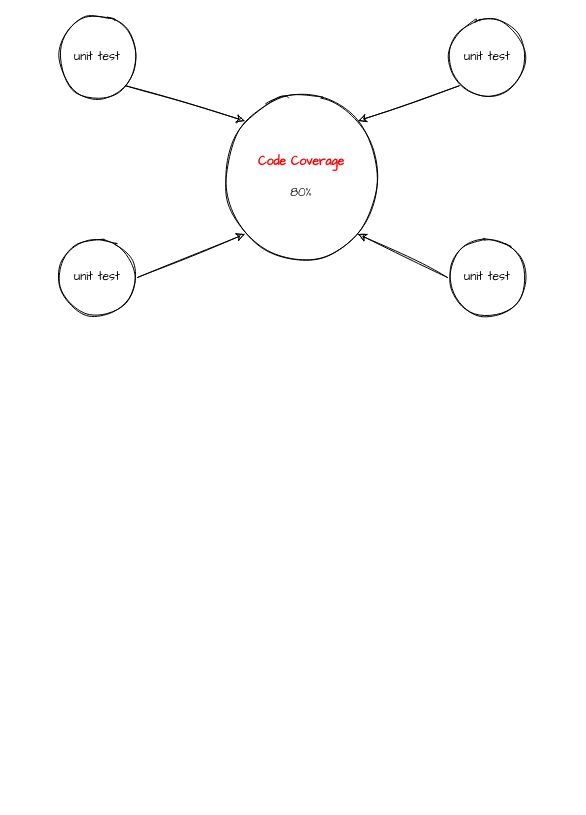
Above: Javascript Diagram2.drawio in chankamlam/demo (draw.io), before the change. Source tidied: cells renumbered, new cells numbered last; positions are measured from the earlier drawing's top-left corner, leaving out a move shared by most shapes. Both pictures are drawn from the tidied source at 100%, with x=0, y=0 at pixel (57, 17).
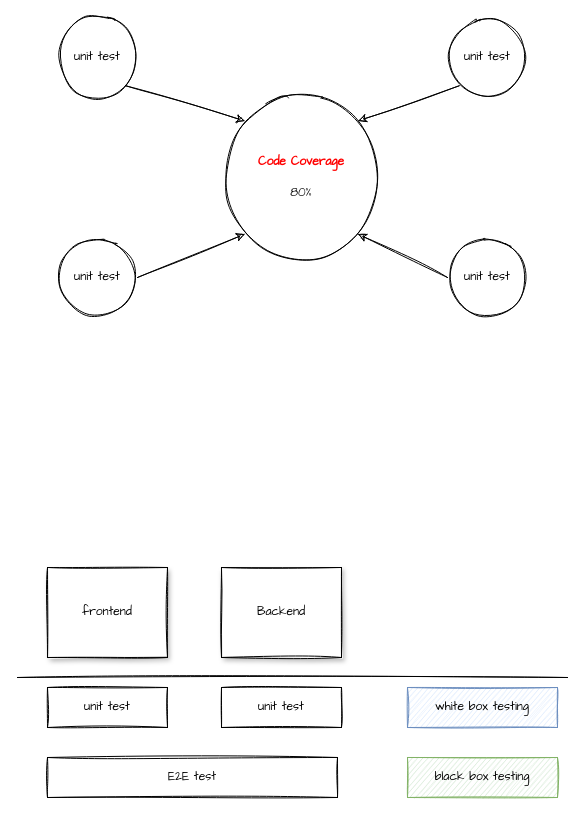
After the change.

What changed in the source:
```diff
@@
 <mxGraphModel>
   <root>
     <mxCell id="0" />
     <mxCell id="1" parent="0" />
     <mxCell id="2" value="&lt;font face=&quot;Comic Sans MS&quot;&gt;&lt;b&gt;&lt;font color=&quot;#ff0000&quot;&gt;Code Coverage&lt;/font&gt;&lt;/b&gt;&lt;br&gt;&lt;br&gt;80%&lt;/font&gt;" style="ellipse;whiteSpace=wrap;html=1;sketch=1;" parent="1" vertex="1">
       <mxGeometry x="164" y="80" width="160" height="160" as="geometry" />
     </mxCell>
     <mxCell id="3" value="unit test" style="ellipse;whiteSpace=wrap;html=1;fontFamily=Comic Sans MS;sketch=1;" parent="1" vertex="1">
       <mxGeometry width="80" height="80" as="geometry" />
     </mxCell>
     <mxCell id="4" value="unit test" style="ellipse;whiteSpace=wrap;html=1;fontFamily=Comic Sans MS;sketch=1;" parent="1" vertex="1">
       <mxGeometry y="220" width="80" height="80" as="geometry" />
     </mxCell>
     <mxCell id="5" value="unit test" style="ellipse;whiteSpace=wrap;html=1;fontFamily=Comic Sans MS;sketch=1;" parent="1" vertex="1">
       <mxGeometry x="390" width="80" height="80" as="geometry" />
     </mxCell>
     <mxCell id="6" value="unit test" style="ellipse;whiteSpace=wrap;html=1;fontFamily=Comic Sans MS;sketch=1;" parent="1" vertex="1">
       <mxGeometry x="390" y="220" width="80" height="80" as="geometry" />
     </mxCell>
     <mxCell id="7" style="endArrow=classic;html=1;rounded=0;fontFamily=Comic Sans MS;exitX=1;exitY=1;exitDx=0;exitDy=0;entryX=0;entryY=0;entryDx=0;entryDy=0;sketch=1;" parent="1" edge="1" source="3" target="2">
       <mxGeometry relative="1" as="geometry" />
     </mxCell>
     <mxCell id="8" style="endArrow=classic;html=1;rounded=0;fontFamily=Comic Sans MS;exitX=1;exitY=0.5;exitDx=0;exitDy=0;entryX=0;entryY=1;entryDx=0;entryDy=0;sketch=1;" parent="1" edge="1" source="4" target="2">
       <mxGeometry relative="1" as="geometry" />
     </mxCell>
     <mxCell id="9" style="endArrow=classic;html=1;rounded=0;fontFamily=Comic Sans MS;exitX=0;exitY=1;exitDx=0;exitDy=0;entryX=1;entryY=0;entryDx=0;entryDy=0;sketch=1;" parent="1" edge="1" source="5" target="2">
       <mxGeometry relative="1" as="geometry" />
     </mxCell>
     <mxCell id="10" style="endArrow=classic;html=1;rounded=0;fontFamily=Comic Sans MS;exitX=0;exitY=0.5;exitDx=0;exitDy=0;entryX=1;entryY=1;entryDx=0;entryDy=0;sketch=1;" parent="1" edge="1" source="6" target="2">
       <mxGeometry relative="1" as="geometry" />
     </mxCell>
+    <mxCell id="11" value="frontend" style="rounded=0;whiteSpace=wrap;html=1;sketch=1;fontFamily=Comic Sans MS;fontColor=#000000;shadow=1;" parent="1" vertex="1">
+      <mxGeometry x="-10" y="550" width="120" height="90" as="geometry" />
+    </mxCell>
+    <mxCell id="12" value="Backend" style="rounded=0;whiteSpace=wrap;html=1;sketch=1;fontFamily=Comic Sans MS;fontColor=#000000;glass=0;shadow=1;" parent="1" vertex="1">
+      <mxGeometry x="164" y="550" width="120" height="90" as="geometry" />
+    </mxCell>
+    <mxCell id="13" value="unit test" style="rounded=0;whiteSpace=wrap;html=1;sketch=1;fontFamily=Comic Sans MS;fontColor=#000000;" parent="1" vertex="1">
+      <mxGeometry x="-10" y="670" width="120" height="40" as="geometry" />
+    </mxCell>
+    <mxCell id="14" value="unit test" style="rounded=0;whiteSpace=wrap;html=1;sketch=1;fontFamily=Comic Sans MS;fontColor=#000000;" parent="1" vertex="1">
+      <mxGeometry x="164" y="670" width="120" height="40" as="geometry" />
+    </mxCell>
+    <mxCell id="15" value="E2E test" style="rounded=0;whiteSpace=wrap;html=1;sketch=1;fontFamily=Comic Sans MS;fontColor=#000000;" parent="1" vertex="1">
+      <mxGeometry x="-10" y="740" width="290" height="40" as="geometry" />
+    </mxCell>
+    <mxCell id="16" value="white box testing" style="rounded=0;whiteSpace=wrap;html=1;sketch=1;fontFamily=Comic Sans MS;fillColor=#dae8fc;strokeColor=#6c8ebf;shadow=0;" parent="1" vertex="1">
+      <mxGeometry x="350" y="670" width="150" height="40" as="geometry" />
+    </mxCell>
+    <mxCell id="17" value="black box testing" style="rounded=0;whiteSpace=wrap;html=1;sketch=1;fontFamily=Comic Sans MS;fillColor=#d5e8d4;strokeColor=#82b366;shadow=0;" parent="1" vertex="1">
+      <mxGeometry x="350" y="740" width="150" height="40" as="geometry" />
+    </mxCell>
+    <mxCell id="18" style="endArrow=none;html=1;rounded=0;sketch=1;fontFamily=Comic Sans MS;fontColor=#000000;" parent="1" edge="1">
+      <mxGeometry relative="1" as="geometry">
+        <mxPoint x="-40" y="660" as="sourcePoint" />
+        <mxPoint x="510" y="660" as="targetPoint" />
+      </mxGeometry>
+    </mxCell>
   </root>
 </mxGraphModel>
```
